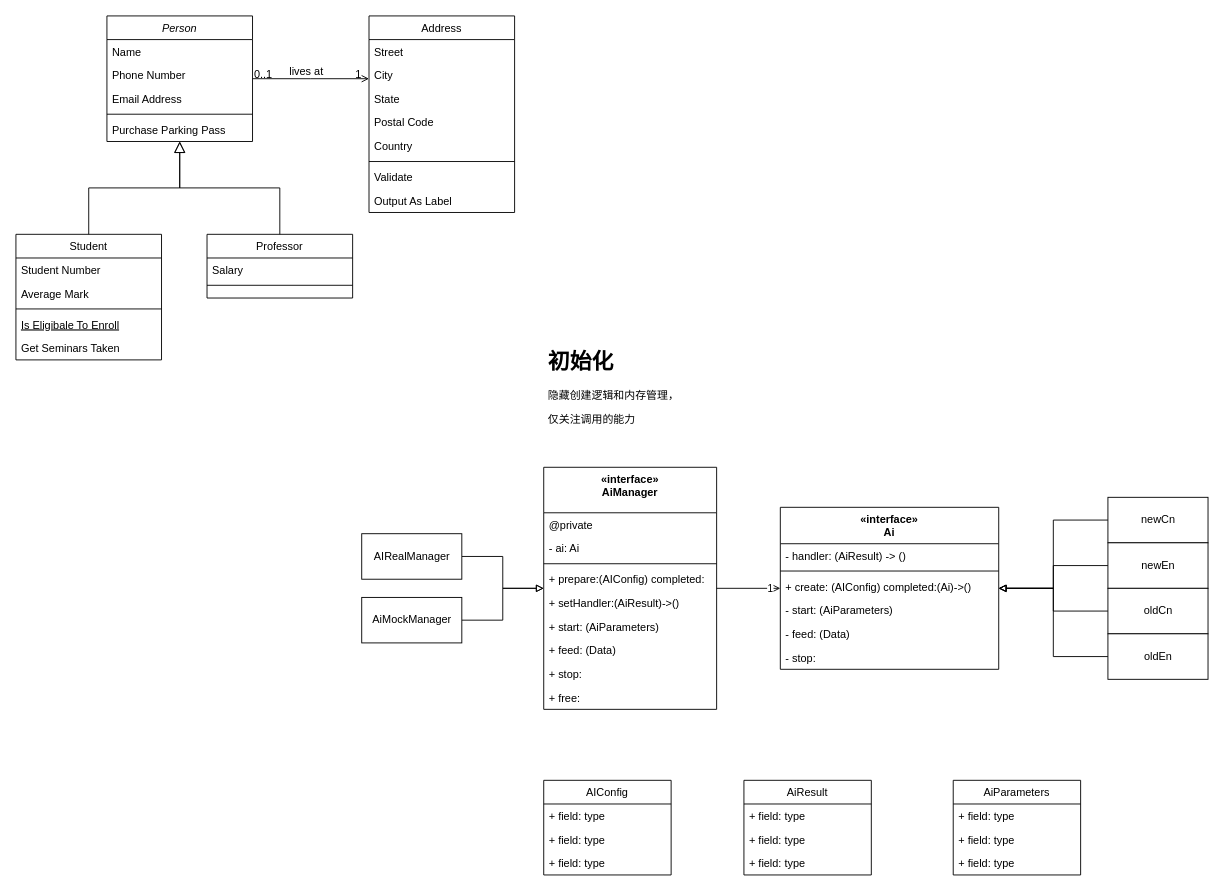
This is AiClass.drawio from cszwdy/Algorithms, a draw.io file, before an edit. Source tidied: cells renumbered, new cells numbered last; positions are measured from the earlier drawing's top-left corner, leaving out a move shared by most shapes. Both pictures are drawn from the tidied source at 91%, with x=0, y=0 at pixel (15, 15).
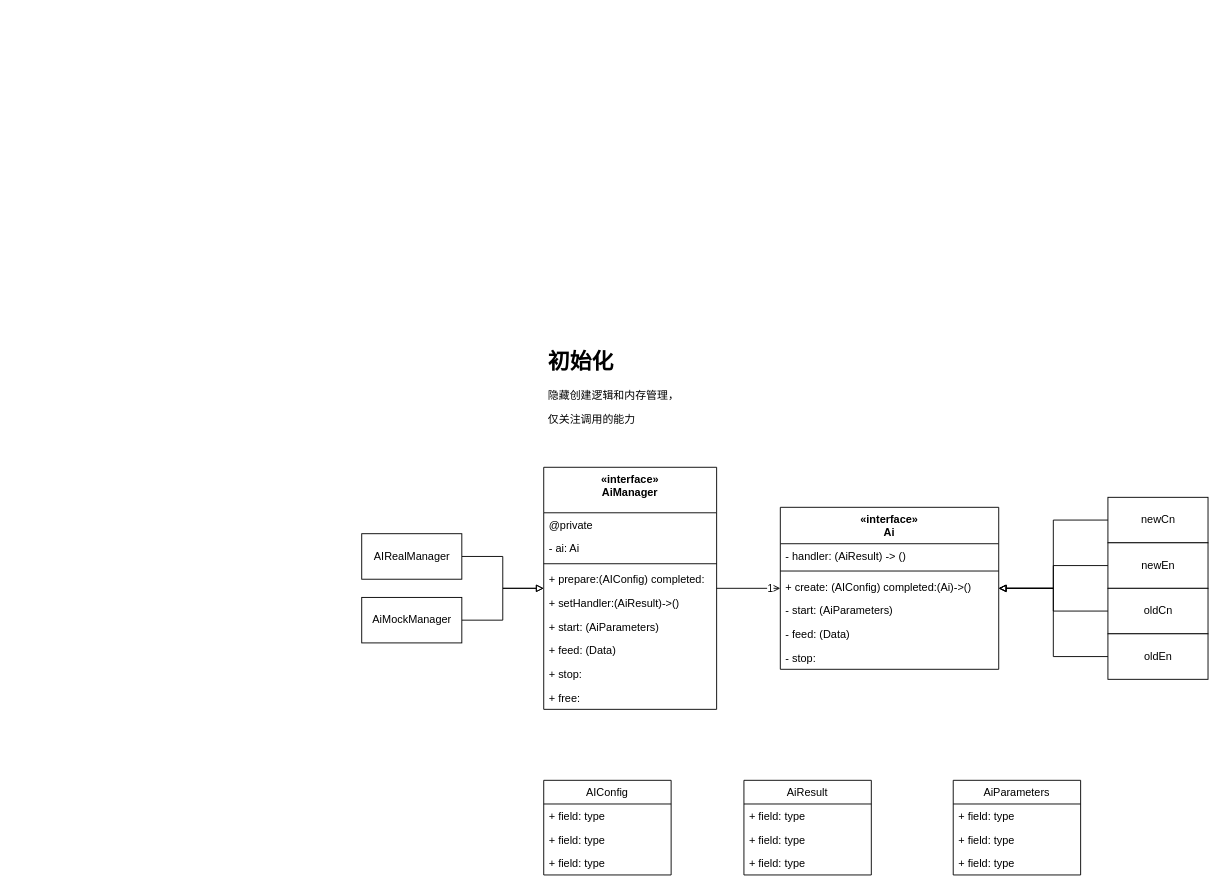
The same diagram, later.

Change to the diagram source:
```diff
@@
-    <mxCell id="2" value="Person" style="swimlane;fontStyle=2;align=center;verticalAlign=top;horizontal=1;startSize=26;rounded=0;shadow=0;strokeWidth=1;" parent="1" vertex="1">
-      <mxGeometry x="100" width="160" height="138" as="geometry" />
-    </mxCell>
-    <mxCell id="3" value="Name" style="text;align=left;verticalAlign=top;spacingLeft=4;spacingRight=4;overflow=hidden;" parent="2" vertex="1">
-      <mxGeometry y="26" width="160" height="26" as="geometry" />
-    </mxCell>
-    <mxCell id="4" value="Phone Number" style="text;align=left;verticalAlign=top;spacingLeft=4;spacingRight=4;overflow=hidden;rounded=0;shadow=0;html=0;" parent="2" vertex="1">
-      <mxGeometry y="52" width="160" height="26" as="geometry" />
-    </mxCell>
-    <mxCell id="5" value="Email Address" style="text;align=left;verticalAlign=top;spacingLeft=4;spacingRight=4;overflow=hidden;rounded=0;shadow=0;html=0;" parent="2" vertex="1">
-      <mxGeometry y="78" width="160" height="26" as="geometry" />
-    </mxCell>
-    <mxCell id="6" style="line;html=1;strokeWidth=1;align=left;verticalAlign=middle;spacingTop=-1;spacingLeft=3;spacingRight=3;labelPosition=right;" parent="2" vertex="1">
-      <mxGeometry y="104" width="160" height="8" as="geometry" />
-    </mxCell>
-    <mxCell id="7" value="Purchase Parking Pass" style="text;align=left;verticalAlign=top;spacingLeft=4;spacingRight=4;overflow=hidden;" parent="2" vertex="1">
-      <mxGeometry y="112" width="160" height="26" as="geometry" />
-    </mxCell>
-    <mxCell id="8" value="Student" style="swimlane;fontStyle=0;align=center;verticalAlign=top;horizontal=1;startSize=26;rounded=0;shadow=0;strokeWidth=1;" parent="1" vertex="1">
-      <mxGeometry y="240" width="160" height="138" as="geometry" />
-    </mxCell>
-    <mxCell id="9" value="Student Number" style="text;align=left;verticalAlign=top;spacingLeft=4;spacingRight=4;overflow=hidden;" parent="8" vertex="1">
-      <mxGeometry y="26" width="160" height="26" as="geometry" />
-    </mxCell>
-    <mxCell id="10" value="Average Mark" style="text;align=left;verticalAlign=top;spacingLeft=4;spacingRight=4;overflow=hidden;rounded=0;shadow=0;html=0;" parent="8" vertex="1">
-      <mxGeometry y="52" width="160" height="26" as="geometry" />
-    </mxCell>
-    <mxCell id="11" style="line;html=1;strokeWidth=1;align=left;verticalAlign=middle;spacingTop=-1;spacingLeft=3;spacingRight=3;labelPosition=right;" parent="8" vertex="1">
-      <mxGeometry y="78" width="160" height="8" as="geometry" />
-    </mxCell>
-    <mxCell id="12" value="Is Eligibale To Enroll" style="text;align=left;verticalAlign=top;spacingLeft=4;spacingRight=4;overflow=hidden;fontStyle=4;" parent="8" vertex="1">
-      <mxGeometry y="86" width="160" height="26" as="geometry" />
-    </mxCell>
-    <mxCell id="13" value="Get Seminars Taken" style="text;align=left;verticalAlign=top;spacingLeft=4;spacingRight=4;overflow=hidden;" parent="8" vertex="1">
-      <mxGeometry y="112" width="160" height="26" as="geometry" />
-    </mxCell>
-    <mxCell id="14" style="endArrow=block;endSize=10;endFill=0;shadow=0;strokeWidth=1;rounded=0;edgeStyle=elbowEdgeStyle;elbow=vertical;" parent="1" edge="1" source="8" target="2">
-      <mxGeometry relative="1" as="geometry" />
-    </mxCell>
-    <mxCell id="15" value="Professor" style="swimlane;fontStyle=0;align=center;verticalAlign=top;horizontal=1;startSize=26;rounded=0;shadow=0;strokeWidth=1;" parent="1" vertex="1">
-      <mxGeometry x="210" y="240" width="160" height="70" as="geometry" />
-    </mxCell>
-    <mxCell id="16" value="Salary" style="text;align=left;verticalAlign=top;spacingLeft=4;spacingRight=4;overflow=hidden;" parent="15" vertex="1">
-      <mxGeometry y="26" width="160" height="26" as="geometry" />
-    </mxCell>
-    <mxCell id="17" style="line;html=1;strokeWidth=1;align=left;verticalAlign=middle;spacingTop=-1;spacingLeft=3;spacingRight=3;labelPosition=right;" parent="15" vertex="1">
-      <mxGeometry y="52" width="160" height="8" as="geometry" />
-    </mxCell>
-    <mxCell id="18" style="endArrow=block;endSize=10;endFill=0;shadow=0;strokeWidth=1;rounded=0;edgeStyle=elbowEdgeStyle;elbow=vertical;" parent="1" edge="1" source="15" target="2">
-      <mxGeometry relative="1" as="geometry" />
-    </mxCell>
-    <mxCell id="19" value="Address" style="swimlane;fontStyle=0;align=center;verticalAlign=top;horizontal=1;startSize=26;rounded=0;shadow=0;strokeWidth=1;" parent="1" vertex="1">
-      <mxGeometry x="388" width="160" height="216" as="geometry" />
-    </mxCell>
-    <mxCell id="20" value="Street" style="text;align=left;verticalAlign=top;spacingLeft=4;spacingRight=4;overflow=hidden;" parent="19" vertex="1">
-      <mxGeometry y="26" width="160" height="26" as="geometry" />
-    </mxCell>
-    <mxCell id="21" value="City" style="text;align=left;verticalAlign=top;spacingLeft=4;spacingRight=4;overflow=hidden;rounded=0;shadow=0;html=0;" parent="19" vertex="1">
-      <mxGeometry y="52" width="160" height="26" as="geometry" />
-    </mxCell>
-    <mxCell id="22" value="State" style="text;align=left;verticalAlign=top;spacingLeft=4;spacingRight=4;overflow=hidden;rounded=0;shadow=0;html=0;" parent="19" vertex="1">
-      <mxGeometry y="78" width="160" height="26" as="geometry" />
-    </mxCell>
-    <mxCell id="23" value="Postal Code" style="text;align=left;verticalAlign=top;spacingLeft=4;spacingRight=4;overflow=hidden;rounded=0;shadow=0;html=0;" parent="19" vertex="1">
-      <mxGeometry y="104" width="160" height="26" as="geometry" />
-    </mxCell>
-    <mxCell id="24" value="Country" style="text;align=left;verticalAlign=top;spacingLeft=4;spacingRight=4;overflow=hidden;rounded=0;shadow=0;html=0;" parent="19" vertex="1">
-      <mxGeometry y="130" width="160" height="26" as="geometry" />
-    </mxCell>
-    <mxCell id="25" style="line;html=1;strokeWidth=1;align=left;verticalAlign=middle;spacingTop=-1;spacingLeft=3;spacingRight=3;labelPosition=right;" parent="19" vertex="1">
-      <mxGeometry y="156" width="160" height="8" as="geometry" />
-    </mxCell>
-    <mxCell id="26" value="Validate" style="text;align=left;verticalAlign=top;spacingLeft=4;spacingRight=4;overflow=hidden;" parent="19" vertex="1">
-      <mxGeometry y="164" width="160" height="26" as="geometry" />
-    </mxCell>
-    <mxCell id="27" value="Output As Label" style="text;align=left;verticalAlign=top;spacingLeft=4;spacingRight=4;overflow=hidden;" parent="19" vertex="1">
-      <mxGeometry y="190" width="160" height="26" as="geometry" />
-    </mxCell>
-    <mxCell id="28" style="endArrow=open;shadow=0;strokeWidth=1;rounded=0;endFill=1;edgeStyle=elbowEdgeStyle;elbow=vertical;" parent="1" edge="1" source="2" target="19">
-      <mxGeometry x="0.5" y="41" relative="1" as="geometry">
-        <mxPoint x="-40" y="32" as="offset" />
-      </mxGeometry>
-    </mxCell>
-    <mxCell id="29" value="0..1" style="align=left;verticalAlign=bottom;labelBackgroundColor=none;fontSize=12;" parent="28" vertex="1">
-      <mxGeometry x="-1" relative="1" as="geometry">
-        <mxPoint y="4" as="offset" />
-      </mxGeometry>
-    </mxCell>
-    <mxCell id="30" value="1" style="align=right;verticalAlign=bottom;labelBackgroundColor=none;fontSize=12;" parent="28" vertex="1">
-      <mxGeometry x="1" relative="1" as="geometry">
-        <mxPoint x="-7" y="4" as="offset" />
-      </mxGeometry>
-    </mxCell>
-    <mxCell id="31" value="lives at" style="text;html=1;align=center;verticalAlign=middle;labelBackgroundColor=none;rounded=0;shadow=0;strokeWidth=1;fontSize=12;" parent="28" vertex="1">
-      <mxGeometry x="0.5" y="49" relative="1" as="geometry">
-        <mxPoint x="-38" y="40" as="offset" />
-      </mxGeometry>
-    </mxCell>
```
